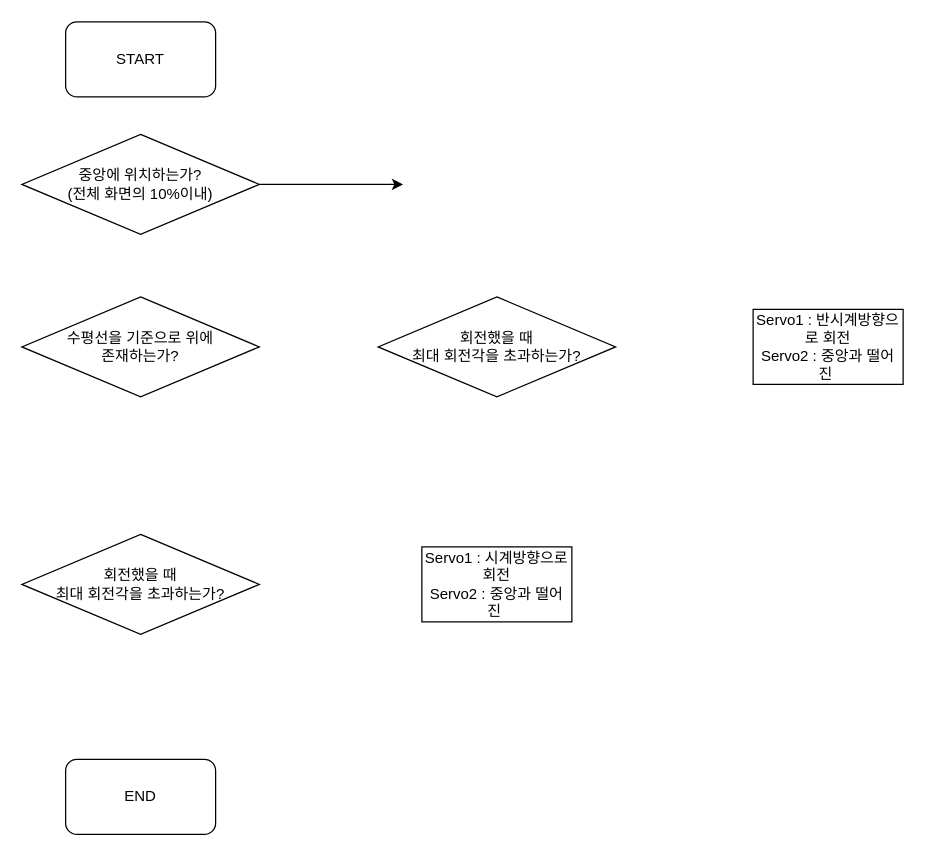
Before: flowchart.drawio in sonmyungwon/Software-Development, a draw.io diagram. Source tidied: cells renumbered, new cells numbered last; positions are measured from the earlier drawing's top-left corner, leaving out a move shared by most shapes. Both pictures are drawn from the tidied source at 125%, with x=0, y=0 at pixel (21, 21).
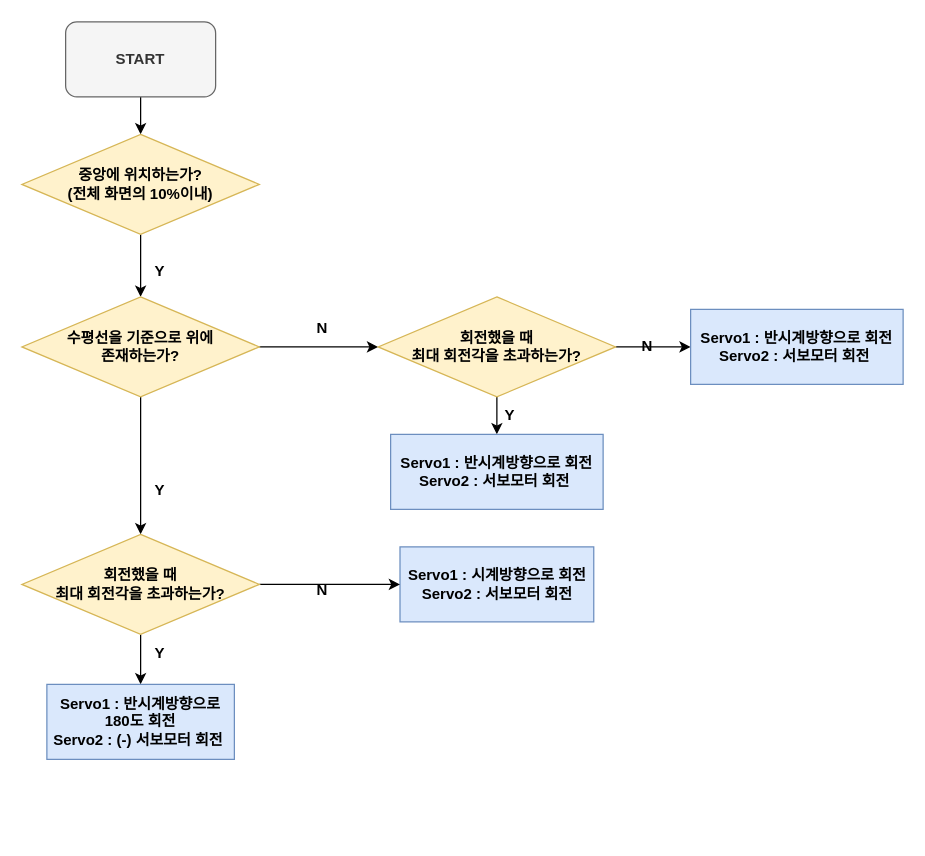
After the change.

Diff of the diagram source:
```diff
@@
+    <mxCell id="11" style="edgeStyle=orthogonalEdgeStyle;rounded=0;jettySize=auto;html=1;exitX=0.5;exitY=1;exitDx=0;exitDy=0;fontStyle=1;" parent="1" edge="1" source="2" target="5">
+      <mxGeometry relative="1" as="geometry" />
+    </mxCell>
-    <mxCell id="2" value="START" style="rounded=1;whiteSpace=wrap;html=1;" parent="1" vertex="1">
+    <mxCell id="2" value="START" style="rounded=1;whiteSpace=wrap;html=1;fontStyle=1;fillColor=#f5f5f5;fontColor=#333333;strokeColor=#666666;" parent="1" vertex="1">
       <mxGeometry x="35" width="120" height="60" as="geometry" />
     </mxCell>
-    <mxCell id="3" value="END" style="rounded=1;whiteSpace=wrap;html=1;" parent="1" vertex="1">
-      <mxGeometry x="35" y="590" width="120" height="60" as="geometry" />
-    </mxCell>
-    <mxCell id="4" style="edgeStyle=orthogonalEdgeStyle;rounded=0;jettySize=auto;html=1;" parent="1" edge="1" source="5">
-      <mxGeometry relative="1" as="geometry">
-        <mxPoint x="305" y="130" as="targetPoint" />
-      </mxGeometry>
-    </mxCell>
+    <mxCell id="12" style="edgeStyle=orthogonalEdgeStyle;rounded=0;jettySize=auto;html=1;exitX=0.5;exitY=1;exitDx=0;exitDy=0;fontStyle=1;" parent="1" edge="1" source="5" target="6">
+      <mxGeometry relative="1" as="geometry" />
+    </mxCell>
-    <mxCell id="5" value="중앙에 위치하는가?&lt;br&gt;(전체 화면의 10%이내)" style="rhombus;whiteSpace=wrap;html=1;" parent="1" vertex="1">
+    <mxCell id="5" value="중앙에 위치하는가?&lt;br&gt;(전체 화면의 10%이내)" style="rhombus;whiteSpace=wrap;html=1;fontStyle=1;fillColor=#fff2cc;strokeColor=#d6b656;" parent="1" vertex="1">
       <mxGeometry y="90" width="190" height="80" as="geometry" />
     </mxCell>
+    <mxCell id="13" style="edgeStyle=orthogonalEdgeStyle;rounded=0;jettySize=auto;html=1;exitX=0.5;exitY=1;exitDx=0;exitDy=0;entryX=0.5;entryY=0;entryDx=0;entryDy=0;fontStyle=1;" parent="1" edge="1" source="6" target="8">
+      <mxGeometry relative="1" as="geometry" />
+    </mxCell>
+    <mxCell id="14" style="edgeStyle=orthogonalEdgeStyle;rounded=0;jettySize=auto;html=1;exitX=1;exitY=0.5;exitDx=0;exitDy=0;fontStyle=1;" parent="1" edge="1" source="6" target="9">
+      <mxGeometry relative="1" as="geometry" />
+    </mxCell>
-    <mxCell id="6" value="수평선을 기준으로 위에 &lt;br&gt;존재하는가?" style="rhombus;whiteSpace=wrap;html=1;" parent="1" vertex="1">
+    <mxCell id="6" value="수평선을 기준으로 위에 &lt;br&gt;존재하는가?" style="rhombus;whiteSpace=wrap;html=1;fontStyle=1;fillColor=#fff2cc;strokeColor=#d6b656;" parent="1" vertex="1">
       <mxGeometry y="220" width="190" height="80" as="geometry" />
     </mxCell>
-    <mxCell id="7" value="Servo1 : 시계방향으로 회전&lt;br&gt;Servo2 : 중앙과 떨어진&amp;nbsp;" style="rounded=0;whiteSpace=wrap;html=1;" parent="1" vertex="1">
-      <mxGeometry x="320" y="420" width="120" height="60" as="geometry" />
+    <mxCell id="7" value="Servo1 : 시계방향으로 회전&lt;br&gt;Servo2 : 서보모터 회전" style="rounded=0;whiteSpace=wrap;html=1;fontStyle=1;fillColor=#dae8fc;strokeColor=#6c8ebf;" parent="1" vertex="1">
+      <mxGeometry x="302.5" y="420" width="155" height="60" as="geometry" />
     </mxCell>
+    <mxCell id="15" style="edgeStyle=orthogonalEdgeStyle;rounded=0;jettySize=auto;html=1;exitX=0.5;exitY=1;exitDx=0;exitDy=0;fontStyle=1;" parent="1" edge="1" source="8" target="19">
+      <mxGeometry relative="1" as="geometry" />
+    </mxCell>
+    <mxCell id="16" style="edgeStyle=orthogonalEdgeStyle;rounded=0;jettySize=auto;html=1;exitX=1;exitY=0.5;exitDx=0;exitDy=0;fontStyle=1;" parent="1" edge="1" source="8" target="7">
+      <mxGeometry relative="1" as="geometry" />
+    </mxCell>
-    <mxCell id="8" value="회전했을 때 &lt;br&gt;최대 회전각을 초과하는가?" style="rhombus;whiteSpace=wrap;html=1;" parent="1" vertex="1">
+    <mxCell id="8" value="회전했을 때 &lt;br&gt;최대 회전각을 초과하는가?" style="rhombus;whiteSpace=wrap;html=1;fontStyle=1;fillColor=#fff2cc;strokeColor=#d6b656;" parent="1" vertex="1">
       <mxGeometry y="410" width="190" height="80" as="geometry" />
     </mxCell>
+    <mxCell id="17" style="edgeStyle=orthogonalEdgeStyle;rounded=0;jettySize=auto;html=1;exitX=0.5;exitY=1;exitDx=0;exitDy=0;entryX=0.5;entryY=0;entryDx=0;entryDy=0;fontStyle=1;" parent="1" edge="1" source="9" target="20">
+      <mxGeometry relative="1" as="geometry" />
+    </mxCell>
+    <mxCell id="18" style="edgeStyle=orthogonalEdgeStyle;rounded=0;jettySize=auto;html=1;exitX=1;exitY=0.5;exitDx=0;exitDy=0;fontStyle=1;" parent="1" edge="1" source="9" target="10">
+      <mxGeometry relative="1" as="geometry" />
+    </mxCell>
-    <mxCell id="9" value="회전했을 때 &lt;br&gt;최대 회전각을 초과하는가?" style="rhombus;whiteSpace=wrap;html=1;" parent="1" vertex="1">
+    <mxCell id="9" value="회전했을 때 &lt;br&gt;최대 회전각을 초과하는가?" style="rhombus;whiteSpace=wrap;html=1;fontStyle=1;fillColor=#fff2cc;strokeColor=#d6b656;" parent="1" vertex="1">
       <mxGeometry x="285" y="220" width="190" height="80" as="geometry" />
     </mxCell>
-    <mxCell id="10" value="Servo1 : 반시계방향으로 회전&lt;br&gt;Servo2 : 중앙과 떨어진&amp;nbsp;" style="rounded=0;whiteSpace=wrap;html=1;" parent="1" vertex="1">
-      <mxGeometry x="585" y="230" width="120" height="60" as="geometry" />
+    <mxCell id="10" value="Servo1 : 반시계방향으로 회전&lt;br&gt;Servo2 : 서보모터 회전&amp;nbsp;" style="rounded=0;whiteSpace=wrap;html=1;fontStyle=1;fillColor=#dae8fc;strokeColor=#6c8ebf;" parent="1" vertex="1">
+      <mxGeometry x="535" y="230" width="170" height="60" as="geometry" />
     </mxCell>
+    <mxCell id="19" value="Servo1 : 반시계방향으로 180도 회전&lt;br&gt;Servo2 : (-) 서보모터 회전&amp;nbsp;" style="rounded=0;whiteSpace=wrap;html=1;fontStyle=1;fillColor=#dae8fc;strokeColor=#6c8ebf;" parent="1" vertex="1">
+      <mxGeometry x="20" y="530" width="150" height="60" as="geometry" />
+    </mxCell>
+    <mxCell id="20" value="Servo1 : 반시계방향으로 회전&lt;br&gt;Servo2 : 서보모터 회전&amp;nbsp;" style="rounded=0;whiteSpace=wrap;html=1;fontStyle=1;fillColor=#dae8fc;strokeColor=#6c8ebf;" parent="1" vertex="1">
+      <mxGeometry x="295" y="330" width="170" height="60" as="geometry" />
+    </mxCell>
+    <mxCell id="21" value="Y" style="text;html=1;align=center;verticalAlign=middle;strokeColor=none;fillColor=none;fontStyle=1;" parent="1" vertex="1">
+      <mxGeometry x="95" y="185" width="30" height="30" as="geometry" />
+    </mxCell>
+    <mxCell id="22" value="Y" style="text;html=1;align=center;verticalAlign=middle;strokeColor=none;fillColor=none;fontStyle=1;" parent="1" vertex="1">
+      <mxGeometry x="95" y="360" width="30" height="30" as="geometry" />
+    </mxCell>
+    <mxCell id="23" value="Y" style="text;html=1;align=center;verticalAlign=middle;strokeColor=none;fillColor=none;fontStyle=1;" parent="1" vertex="1">
+      <mxGeometry x="95" y="490" width="30" height="30" as="geometry" />
+    </mxCell>
+    <mxCell id="24" value="N" style="text;html=1;align=center;verticalAlign=middle;strokeColor=none;fillColor=none;fontStyle=1;" parent="1" vertex="1">
+      <mxGeometry x="225" y="230" width="30" height="30" as="geometry" />
+    </mxCell>
+    <mxCell id="25" value="N" style="text;html=1;align=center;verticalAlign=middle;strokeColor=none;fillColor=none;fontStyle=1;" parent="1" vertex="1">
+      <mxGeometry x="225" y="440" width="30" height="30" as="geometry" />
+    </mxCell>
+    <mxCell id="26" value="N" style="text;html=1;align=center;verticalAlign=middle;strokeColor=none;fillColor=none;fontStyle=1;" parent="1" vertex="1">
+      <mxGeometry x="485" y="245" width="30" height="30" as="geometry" />
+    </mxCell>
+    <mxCell id="27" value="Y" style="text;html=1;align=center;verticalAlign=middle;strokeColor=none;fillColor=none;fontStyle=1;" parent="1" vertex="1">
+      <mxGeometry x="375" y="300" width="30" height="30" as="geometry" />
+    </mxCell>
```
